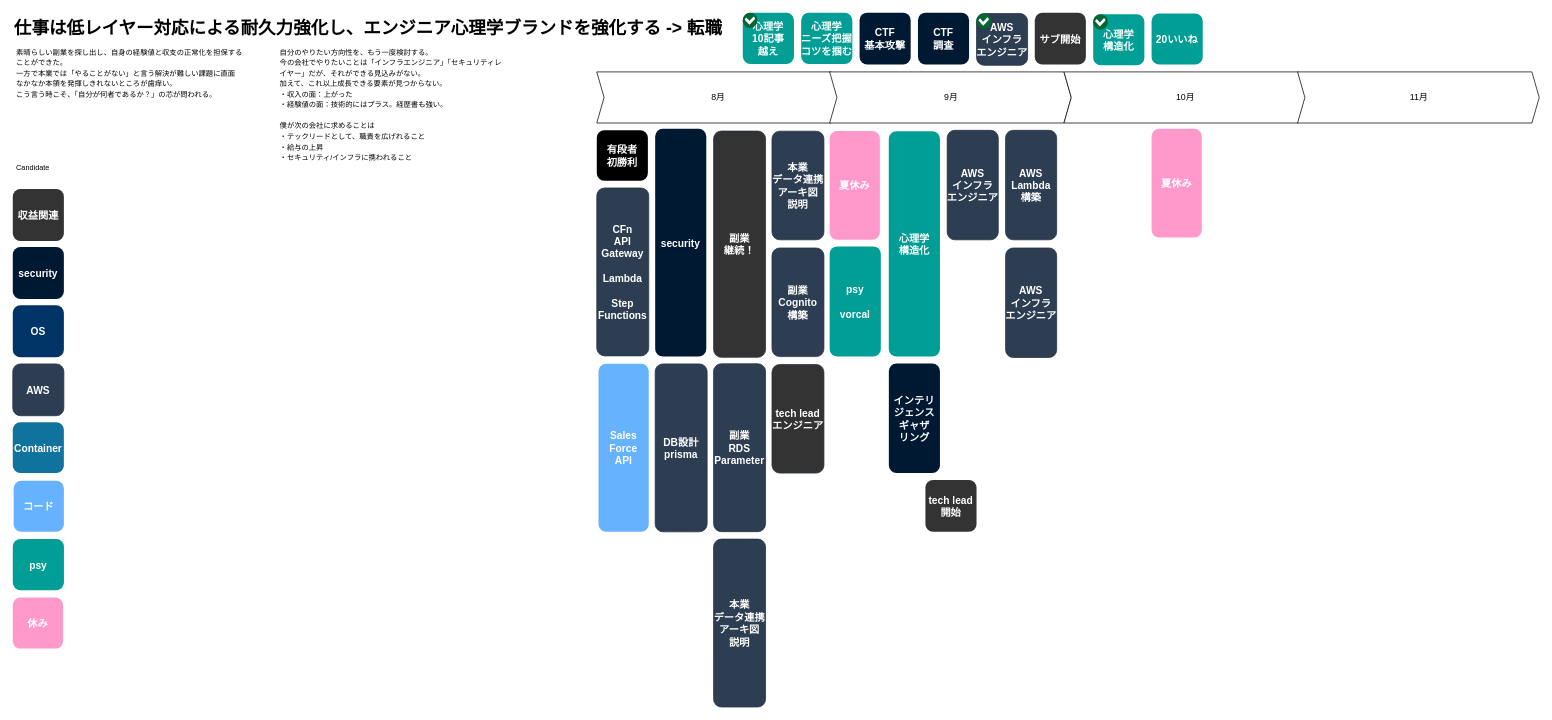
minegishirei/draw_v1 keeps this draw.io diagram as page "2024_08" (3 of 13) of life/life.drawio. Above is the earlier version. Source tidied: cells renumbered, new cells numbered last; positions are measured from the earlier drawing's top-left corner, leaving out a move shared by most shapes. Both pictures are drawn from the tidied source at 73%, with x=0, y=0 at pixel (12, 12).
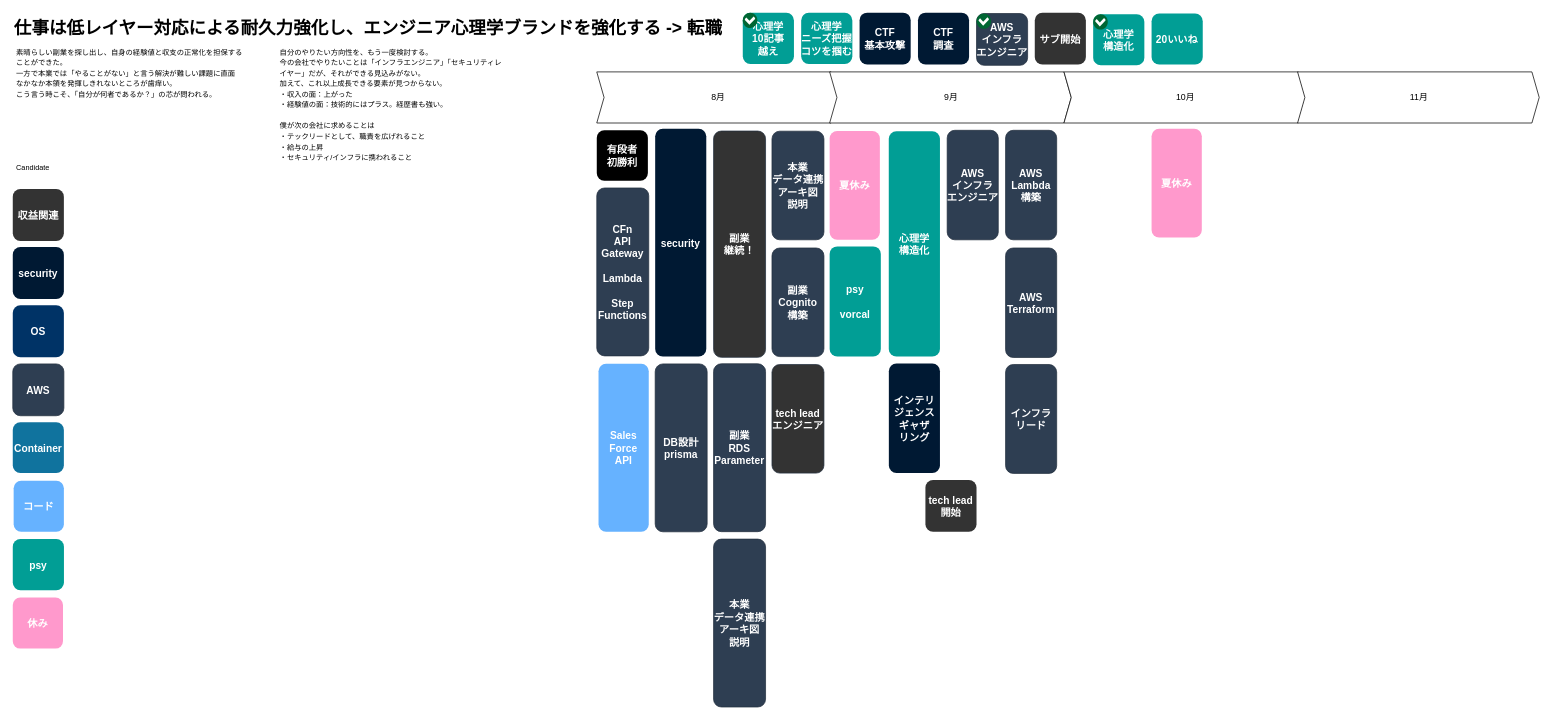
After the change.

The edit, as a diff of the source:
```diff
@@
-    <mxCell id="47" value="AWS&#10;インフラ&#10;エンジニア" style="rounded=1;fillColor=#2E3E52;strokeColor=#232F3E;shadow=0;gradientColor=none;fontStyle=1;fontColor=#FFFFFF;fontSize=14;" parent="1" vertex="1">
+    <mxCell id="47" value="AWS&#10;Terraform" style="rounded=1;fillColor=#2E3E52;strokeColor=#232F3E;shadow=0;gradientColor=none;fontStyle=1;fontColor=#FFFFFF;fontSize=14;" parent="1" vertex="1">
       <mxGeometry x="1360" y="322.2" width="70" height="150" as="geometry" />
     </mxCell>
@@
+    <mxCell id="49" value="インフラ&#10;リード" style="rounded=1;fillColor=#2E3E52;strokeColor=#232F3E;shadow=0;gradientColor=none;fontStyle=1;fontColor=#FFFFFF;fontSize=14;" parent="1" vertex="1">
+      <mxGeometry x="1360" y="481.8" width="70" height="149.2" as="geometry" />
+    </mxCell>
```
